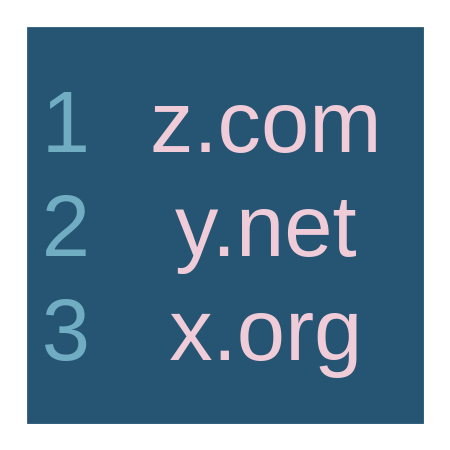
The draw.io diagram images/icon.drawio in ile-24556/vscode-sort-hosts, before the edit. Source tidied: cells renumbered, new cells numbered last; positions are measured from the earlier drawing's top-left corner, leaving out a move shared by most shapes. Both pictures are drawn from the tidied source at 155%, with x=0, y=0 at pixel (26, 26).
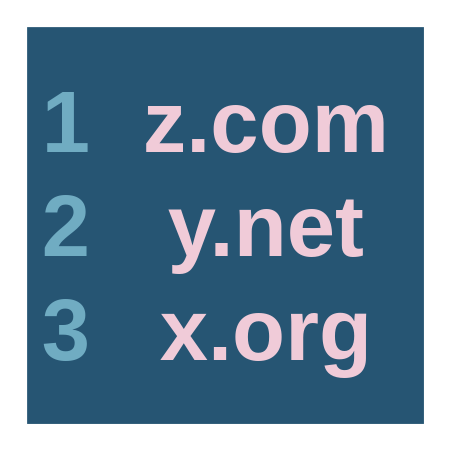
The same diagram, later.

Change to the diagram source:
```diff
@@
 <mxGraphModel>
   <root>
     <mxCell id="0" />
     <mxCell id="1" parent="0" />
-    <mxCell id="2" style="rounded=0;whiteSpace=wrap;html=1;sketch=0;fontColor=#E4FDE1;strokeColor=none;fillColor=#265573;fontSize=56;fontStyle=0;flipH=1;strokeWidth=8;spacing=0;" parent="1" vertex="1">
+    <mxCell id="2" style="rounded=0;whiteSpace=wrap;html=1;sketch=0;fontColor=#E4FDE1;strokeColor=none;fillColor=#265573;fontSize=56;fontStyle=1;flipH=1;strokeWidth=8;spacing=0;" parent="1" vertex="1">
       <mxGeometry width="256" height="256" as="geometry" />
     </mxCell>
-    <mxCell id="3" value="z.com&lt;br style=&quot;font-size: 56px;&quot;&gt;y.net&lt;br style=&quot;font-size: 56px;&quot;&gt;x.org" style="text;html=1;align=center;verticalAlign=middle;strokeColor=none;fillColor=none;fontFamily=PT Mono;fontSize=56;fontStyle=0;spacingTop=0;spacing=0;fontColor=#F0CBD8;flipH=1;" parent="1" vertex="1">
+    <mxCell id="3" value="z.com&lt;br style=&quot;font-size: 56px;&quot;&gt;y.net&lt;br style=&quot;font-size: 56px;&quot;&gt;x.org" style="text;html=1;align=center;verticalAlign=middle;strokeColor=none;fillColor=none;fontFamily=PT Mono;fontSize=56;fontStyle=1;spacingTop=0;spacing=0;fontColor=#F0CBD8;flipH=1;" parent="1" vertex="1">
       <mxGeometry x="65" y="25.5" width="178" height="205" as="geometry" />
     </mxCell>
-    <mxCell id="4" value="1&lt;br style=&quot;font-size: 56px;&quot;&gt;2&lt;br style=&quot;font-size: 56px;&quot;&gt;3" style="text;html=1;align=center;verticalAlign=middle;strokeColor=none;fillColor=none;fontFamily=PT Mono;fontSize=56;fontStyle=0;spacingTop=0;spacing=0;fontColor=#70ACC2;flipH=1;" parent="1" vertex="1">
+    <mxCell id="4" value="1&lt;br style=&quot;font-size: 56px;&quot;&gt;2&lt;br style=&quot;font-size: 56px;&quot;&gt;3" style="text;html=1;align=center;verticalAlign=middle;strokeColor=none;fillColor=none;fontFamily=PT Mono;fontSize=56;fontStyle=1;spacingTop=0;spacing=0;fontColor=#70ACC2;flipH=1;" parent="1" vertex="1">
       <mxGeometry x="3" y="25.5" width="44" height="205" as="geometry" />
     </mxCell>
   </root>
 </mxGraphModel>
```
